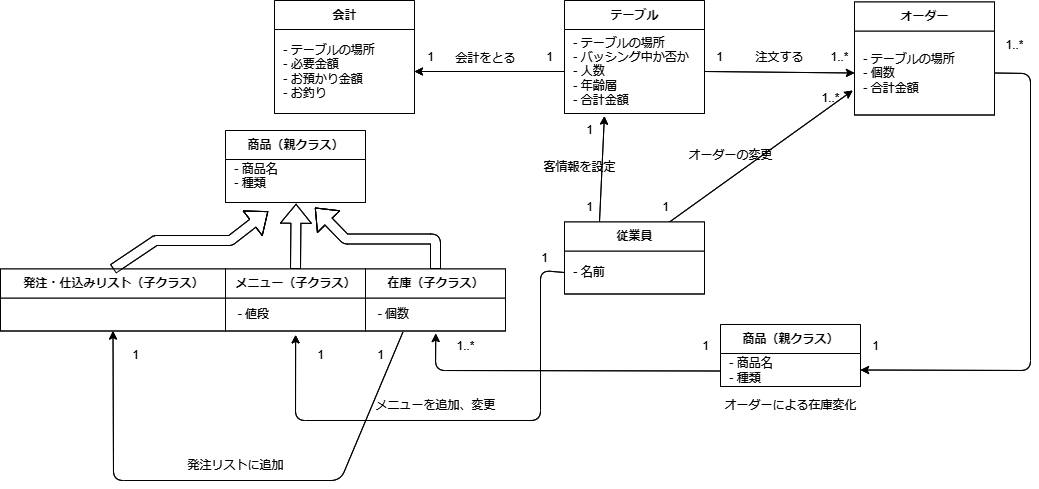
This is psp4/クラス図/クラス図_統合版.drawio.png from MasakiHiguchi/---, a draw.io export, as it was before one commit. Source tidied: cells renumbered, new cells last; positions are measured from the earlier drawing's top-left corner, leaving out a move shared by most shapes.
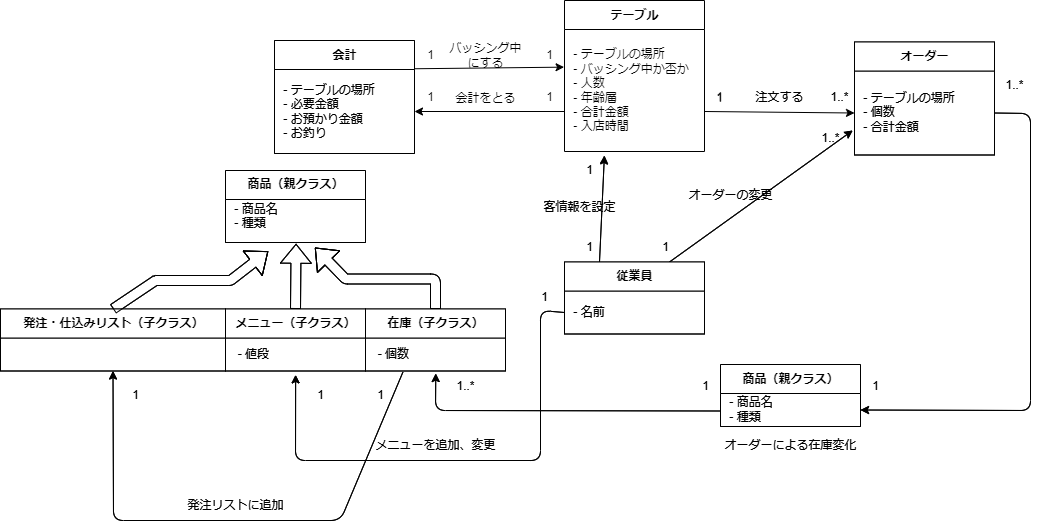
The same diagram one commit later.

Commit message:
5月19日時点でのコミット図

What changed in the source:
```diff
@@ -3,14 +3,11 @@
     <mxCell id="0" />
     <mxCell id="1" parent="0" />
     <mxCell id="2" value="テーブル" style="swimlane;fontStyle=1;align=center;verticalAlign=middle;horizontal=1;startSize=29;html=1;" parent="1" vertex="1">
-      <mxGeometry x="564" width="140" height="113" as="geometry" />
+      <mxGeometry x="564" y="-40" width="140" height="151" as="geometry" />
     </mxCell>
-    <mxCell id="3" value="&amp;nbsp;- テーブルの場所&lt;br&gt;&amp;nbsp;- バッシング中か否か&lt;br&gt;&amp;nbsp;- 人数&lt;br&gt;&amp;nbsp;- 年齢層&lt;br&gt;&amp;nbsp;- 合計金額" style="text;html=1;strokeColor=none;fillColor=none;align=left;verticalAlign=middle;spacingLeft=4;spacingRight=4;overflow=hidden;points=[[0,0.5],[1,0.5]];portConstraint=eastwest;" parent="2" vertex="1">
-      <mxGeometry y="29" width="140" height="84" as="geometry" />
+    <mxCell id="3" value="&amp;nbsp;- テーブルの場所&lt;br&gt;&amp;nbsp;- バッシング中か否か&lt;br&gt;&amp;nbsp;- 人数&lt;br&gt;&amp;nbsp;- 年齢層&lt;br&gt;&amp;nbsp;- 合計金額&lt;br&gt;&amp;nbsp;- 入店時間" style="text;html=1;strokeColor=none;fillColor=none;align=left;verticalAlign=middle;spacingLeft=4;spacingRight=4;overflow=hidden;points=[[0,0.5],[1,0.5]];portConstraint=eastwest;" parent="2" vertex="1">
+      <mxGeometry y="29" width="140" height="122" as="geometry" />
     </mxCell>
-    <mxCell id="4" style="edgeStyle=none;html=1;exitX=1;exitY=0.5;exitDx=0;exitDy=0;entryX=0;entryY=0.5;entryDx=0;entryDy=0;" parent="1" edge="1" source="3" target="6">
-      <mxGeometry relative="1" as="geometry" />
-    </mxCell>
     <mxCell id="5" value="オーダー" style="swimlane;fontStyle=1;align=center;verticalAlign=middle;horizontal=1;startSize=29;html=1;" parent="1" vertex="1">
       <mxGeometry x="854" y="1.5" width="140" height="113" as="geometry" />
     </mxCell>
@@ -68,9 +65,6 @@
     <mxCell id="23" value="&amp;nbsp;- テーブルの場所&lt;br&gt;&amp;nbsp;- 必要金額&lt;br&gt;&amp;nbsp;- お預かり金額&lt;br&gt;&amp;nbsp;- お釣り" style="text;html=1;strokeColor=none;fillColor=none;align=left;verticalAlign=middle;spacingLeft=4;spacingRight=4;overflow=hidden;points=[[0,0.5],[1,0.5]];portConstraint=eastwest;" parent="22" vertex="1">
       <mxGeometry y="29" width="140" height="84" as="geometry" />
     </mxCell>
-    <mxCell id="24" style="edgeStyle=none;html=1;exitX=0;exitY=0.5;exitDx=0;exitDy=0;entryX=1;entryY=0.5;entryDx=0;entryDy=0;" parent="1" edge="1" source="3" target="23">
-      <mxGeometry relative="1" as="geometry" />
-    </mxCell>
     <mxCell id="25" value="1" style="text;html=1;align=center;verticalAlign=middle;strokeColor=none;fillColor=none;" parent="1" vertex="1">
       <mxGeometry x="534" y="41.5" width="30" height="30" as="geometry" />
     </mxCell>
@@ -185,14 +179,10 @@
     <mxCell id="52" value="発注リストに追加" style="text;html=1;align=center;verticalAlign=middle;strokeColor=none;fillColor=none;" parent="1" vertex="1">
       <mxGeometry x="175" y="450" width="120" height="30" as="geometry" />
     </mxCell>
-    <mxCell id="53" value="テーブル" style="swimlane;fontStyle=1;align=center;verticalAlign=middle;horizontal=1;startSize=29;html=1;" parent="1" vertex="1">
-      <mxGeometry x="564" width="140" height="113" as="geometry" />
-    </mxCell>
-    <mxCell id="54" value="&amp;nbsp;- テーブルの場所&lt;br&gt;&amp;nbsp;- バッシング中か否か&lt;br&gt;&amp;nbsp;- 人数&lt;br&gt;&amp;nbsp;- 年齢層&lt;br&gt;&amp;nbsp;- 合計金額" style="text;html=1;strokeColor=none;fillColor=none;align=left;verticalAlign=middle;spacingLeft=4;spacingRight=4;overflow=hidden;points=[[0,0.5],[1,0.5]];portConstraint=eastwest;" parent="53" vertex="1">
-      <mxGeometry y="29" width="140" height="84" as="geometry" />
-    </mxCell>
-    <mxCell id="55" style="edgeStyle=none;html=1;exitX=1;exitY=0.5;exitDx=0;exitDy=0;entryX=0;entryY=0.5;entryDx=0;entryDy=0;" parent="1" edge="1" source="54" target="57">
-      <mxGeometry relative="1" as="geometry" />
+    <mxCell id="55" style="edgeStyle=none;html=1;exitX=1;exitY=0.5;exitDx=0;exitDy=0;entryX=0;entryY=0.5;entryDx=0;entryDy=0;" parent="1" edge="1" target="57">
+      <mxGeometry relative="1" as="geometry">
+        <mxPoint x="704" y="71" as="sourcePoint" />
+      </mxGeometry>
     </mxCell>
     <mxCell id="56" value="オーダー" style="swimlane;fontStyle=1;align=center;verticalAlign=middle;horizontal=1;startSize=29;html=1;" parent="1" vertex="1">
       <mxGeometry x="854" y="1.5" width="140" height="113" as="geometry" />
@@ -201,7 +191,7 @@
       <mxGeometry y="29" width="140" height="84" as="geometry" />
     </mxCell>
     <mxCell id="58" value="1" style="text;html=1;align=center;verticalAlign=middle;strokeColor=none;fillColor=none;" parent="1" vertex="1">
-      <mxGeometry x="704" y="41.5" width="30" height="30" as="geometry" />
+      <mxGeometry x="704" y="43" width="30" height="30" as="geometry" />
     </mxCell>
     <mxCell id="59" value="1..*" style="text;html=1;align=center;verticalAlign=middle;strokeColor=none;fillColor=none;" parent="1" vertex="1">
       <mxGeometry x="819" y="41.5" width="40" height="30" as="geometry" />
@@ -209,8 +199,10 @@
     <mxCell id="60" value="注文する" style="text;html=1;align=center;verticalAlign=middle;strokeColor=none;fillColor=none;" parent="1" vertex="1">
       <mxGeometry x="744" y="41.5" width="70" height="30" as="geometry" />
     </mxCell>
-    <mxCell id="61" style="edgeStyle=none;html=1;exitX=0.25;exitY=0;exitDx=0;exitDy=0;entryX=0.285;entryY=1.031;entryDx=0;entryDy=0;entryPerimeter=0;" parent="1" edge="1" source="63" target="54">
-      <mxGeometry relative="1" as="geometry" />
+    <mxCell id="61" style="edgeStyle=none;html=1;exitX=0.25;exitY=0;exitDx=0;exitDy=0;entryX=0.285;entryY=1.031;entryDx=0;entryDy=0;entryPerimeter=0;" parent="1" edge="1" source="63">
+      <mxGeometry relative="1" as="geometry">
+        <mxPoint x="603.9" y="115.6" as="targetPoint" />
+      </mxGeometry>
     </mxCell>
     <mxCell id="62" style="edgeStyle=none;html=1;exitX=0.75;exitY=0;exitDx=0;exitDy=0;entryX=-0.013;entryY=0.708;entryDx=0;entryDy=0;entryPerimeter=0;" parent="1" edge="1" source="63" target="57">
       <mxGeometry relative="1" as="geometry" />
@@ -245,23 +237,30 @@
     <mxCell id="72" value="メニューを追加、変更" style="text;html=1;align=center;verticalAlign=middle;strokeColor=none;fillColor=none;" parent="1" vertex="1">
       <mxGeometry x="365" y="390" width="140" height="30" as="geometry" />
     </mxCell>
+    <mxCell id="104" style="edgeStyle=none;html=1;exitX=1;exitY=0.25;exitDx=0;exitDy=0;entryX=-0.003;entryY=-0.028;entryDx=0;entryDy=0;entryPerimeter=0;" parent="1" edge="1" source="73">
+      <mxGeometry relative="1" as="geometry">
+        <mxPoint x="563.6" y="26.6" as="targetPoint" />
+      </mxGeometry>
+    </mxCell>
     <mxCell id="73" value="会計" style="swimlane;fontStyle=1;align=center;verticalAlign=middle;horizontal=1;startSize=29;html=1;" parent="1" vertex="1">
       <mxGeometry x="274" width="140" height="113" as="geometry" />
     </mxCell>
     <mxCell id="74" value="&amp;nbsp;- テーブルの場所&lt;br&gt;&amp;nbsp;- 必要金額&lt;br&gt;&amp;nbsp;- お預かり金額&lt;br&gt;&amp;nbsp;- お釣り" style="text;html=1;strokeColor=none;fillColor=none;align=left;verticalAlign=middle;spacingLeft=4;spacingRight=4;overflow=hidden;points=[[0,0.5],[1,0.5]];portConstraint=eastwest;" parent="73" vertex="1">
       <mxGeometry y="29" width="140" height="84" as="geometry" />
     </mxCell>
-    <mxCell id="75" style="edgeStyle=none;html=1;exitX=0;exitY=0.5;exitDx=0;exitDy=0;entryX=1;entryY=0.5;entryDx=0;entryDy=0;" parent="1" edge="1" source="54" target="74">
-      <mxGeometry relative="1" as="geometry" />
+    <mxCell id="75" style="edgeStyle=none;html=1;exitX=0;exitY=0.5;exitDx=0;exitDy=0;entryX=1;entryY=0.5;entryDx=0;entryDy=0;" parent="1" edge="1" target="74">
+      <mxGeometry relative="1" as="geometry">
+        <mxPoint x="564" y="71" as="sourcePoint" />
+      </mxGeometry>
     </mxCell>
     <mxCell id="76" value="1" style="text;html=1;align=center;verticalAlign=middle;strokeColor=none;fillColor=none;" parent="1" vertex="1">
-      <mxGeometry x="534" y="41.5" width="30" height="30" as="geometry" />
+      <mxGeometry x="534" width="30" height="30" as="geometry" />
     </mxCell>
     <mxCell id="77" value="1" style="text;html=1;align=center;verticalAlign=middle;strokeColor=none;fillColor=none;" parent="1" vertex="1">
-      <mxGeometry x="415" y="41.5" width="30" height="30" as="geometry" />
+      <mxGeometry x="415" width="30" height="30" as="geometry" />
     </mxCell>
-    <mxCell id="78" value="会計をとる" style="text;html=1;align=center;verticalAlign=middle;strokeColor=none;fillColor=none;" parent="1" vertex="1">
-      <mxGeometry x="445" y="43" width="80" height="30" as="geometry" />
+    <mxCell id="78" value="バッシング中&lt;br&gt;にする" style="text;html=1;align=center;verticalAlign=middle;strokeColor=none;fillColor=none;" parent="1" vertex="1">
+      <mxGeometry x="435" y="-5" width="100" height="40" as="geometry" />
     </mxCell>
     <mxCell id="79" value="1" style="text;html=1;align=center;verticalAlign=middle;strokeColor=none;fillColor=none;" parent="1" vertex="1">
       <mxGeometry x="650" y="191.5" width="30" height="30" as="geometry" />
```
